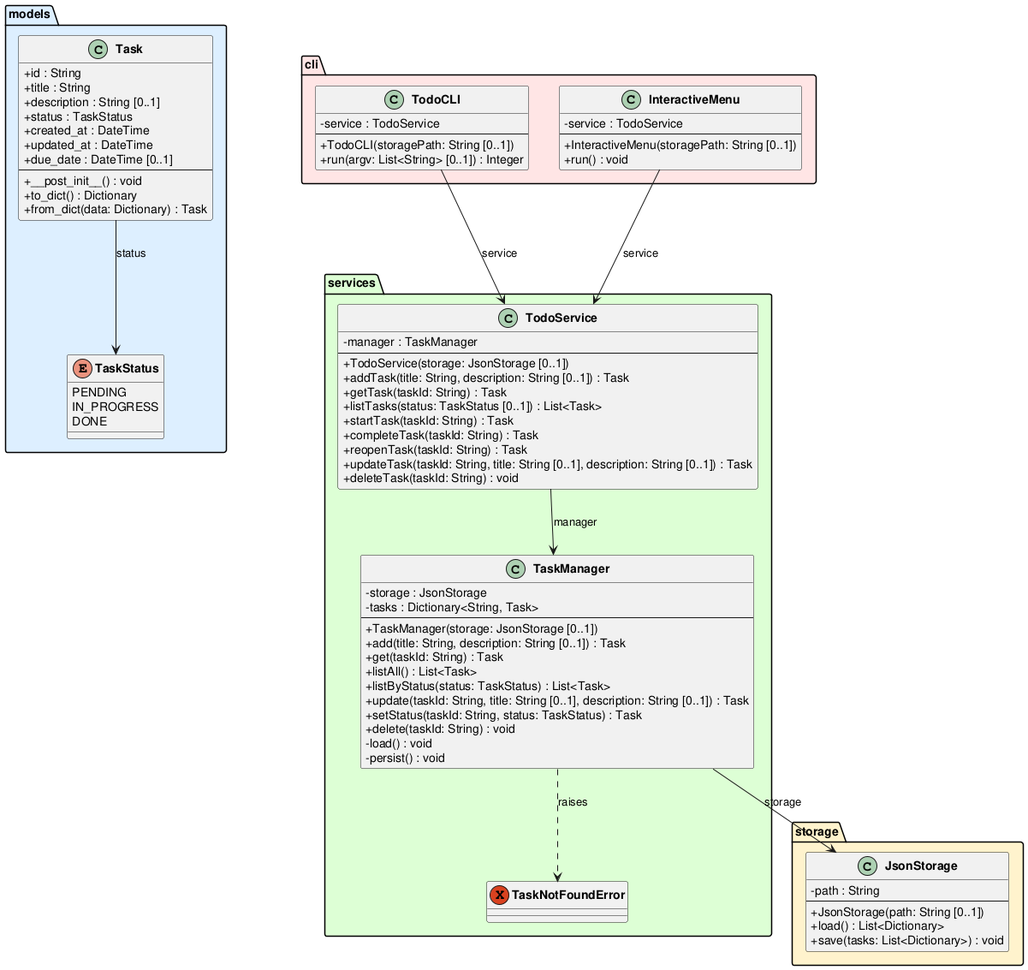
The PlantUML diagram experiments/broadcast/user_stories/TODO/artifacts/class_diagram.png in DanielRiha8906/Software_autoevolution_using_agents, before a commit.
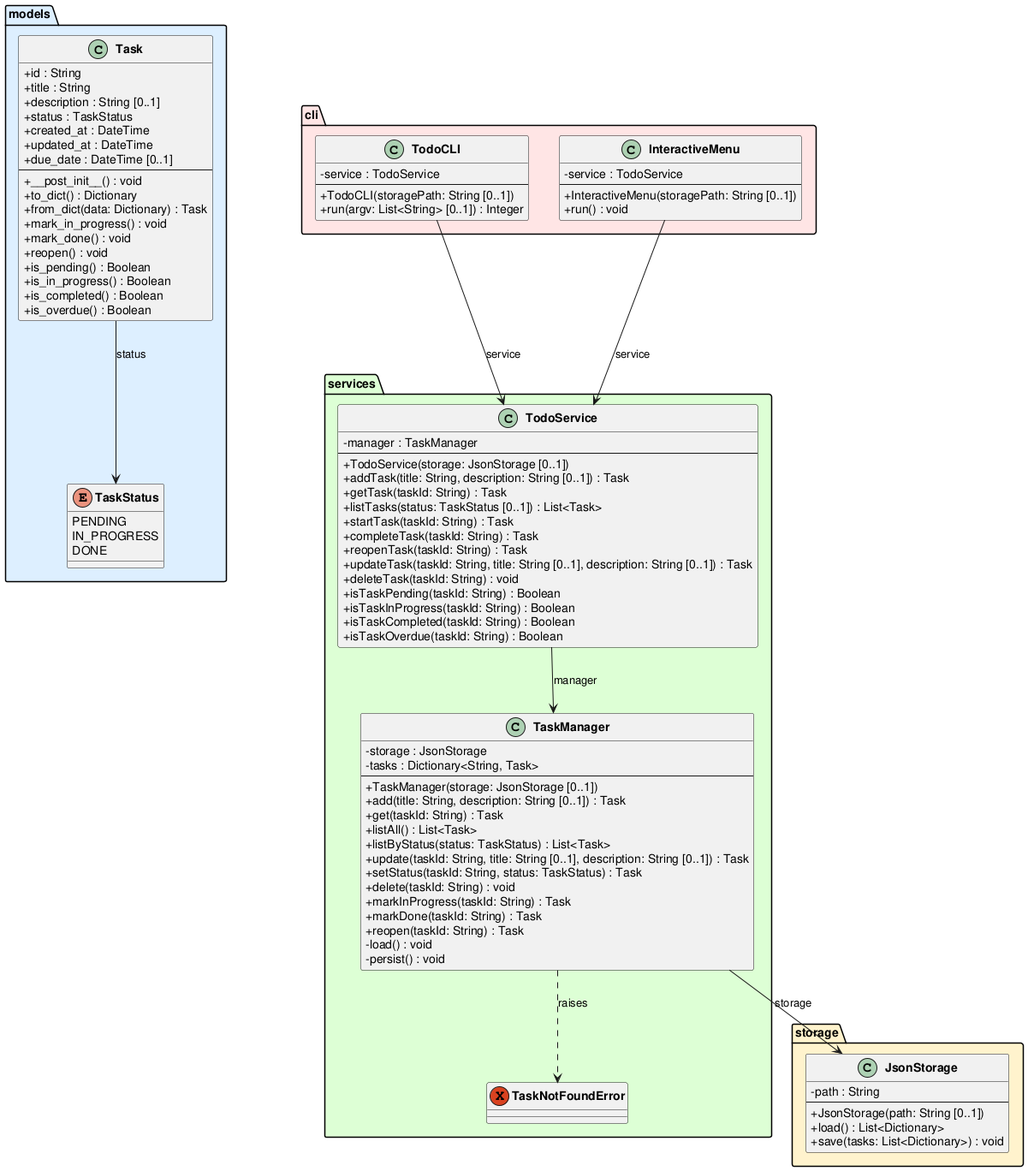
Above is the later version.

The edit, as a diff of the source:
```diff
@@ -22,6 +22,13 @@
         +__post_init__() : void
         +to_dict() : Dictionary
         +from_dict(data: Dictionary) : Task
+        +mark_in_progress() : void
+        +mark_done() : void
+        +reopen() : void
+        +is_pending() : Boolean
+        +is_in_progress() : Boolean
+        +is_completed() : Boolean
+        +is_overdue() : Boolean
     }
 }
 
@@ -50,6 +57,9 @@
         +update(taskId: String, title: String [0..1], description: String [0..1]) : Task
         +setStatus(taskId: String, status: TaskStatus) : Task
         +delete(taskId: String) : void
+        +markInProgress(taskId: String) : Task
+        +markDone(taskId: String) : Task
+        +reopen(taskId: String) : Task
         -load() : void
         -persist() : void
     }
@@ -66,6 +76,10 @@
         +reopenTask(taskId: String) : Task
         +updateTask(taskId: String, title: String [0..1], description: String [0..1]) : Task
         +deleteTask(taskId: String) : void
+        +isTaskPending(taskId: String) : Boolean
+        +isTaskInProgress(taskId: String) : Boolean
+        +isTaskCompleted(taskId: String) : Boolean
+        +isTaskOverdue(taskId: String) : Boolean
     }
 }
 
```
